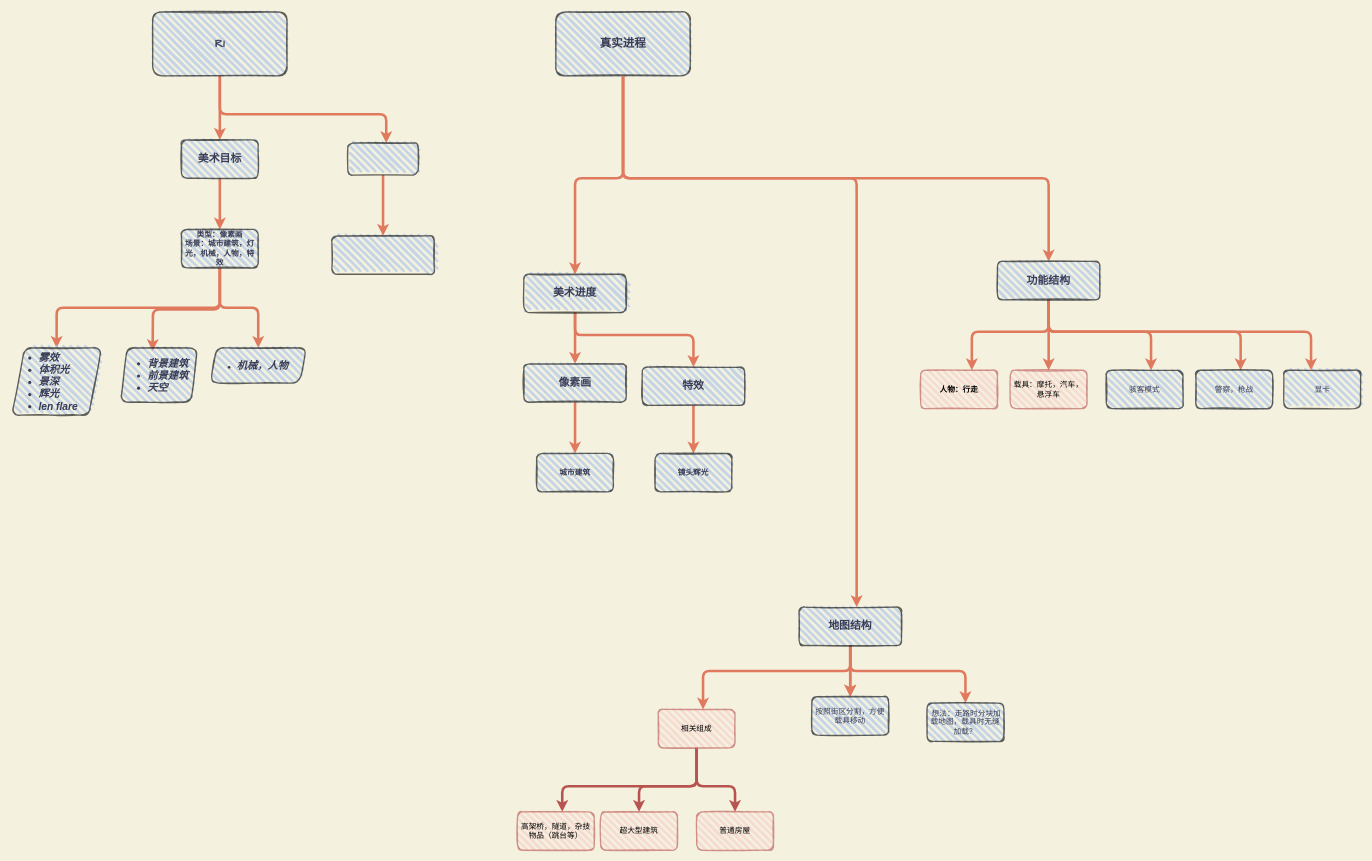
Before: PixelProj.drawio in gatzai/DrawioStorage, a draw.io diagram. Source tidied: cells renumbered, new cells numbered last; positions are measured from the earlier drawing's top-left corner, leaving out a move shared by most shapes. Both pictures are drawn from the tidied source at 64%, with x=0, y=0 at pixel (12, 12).
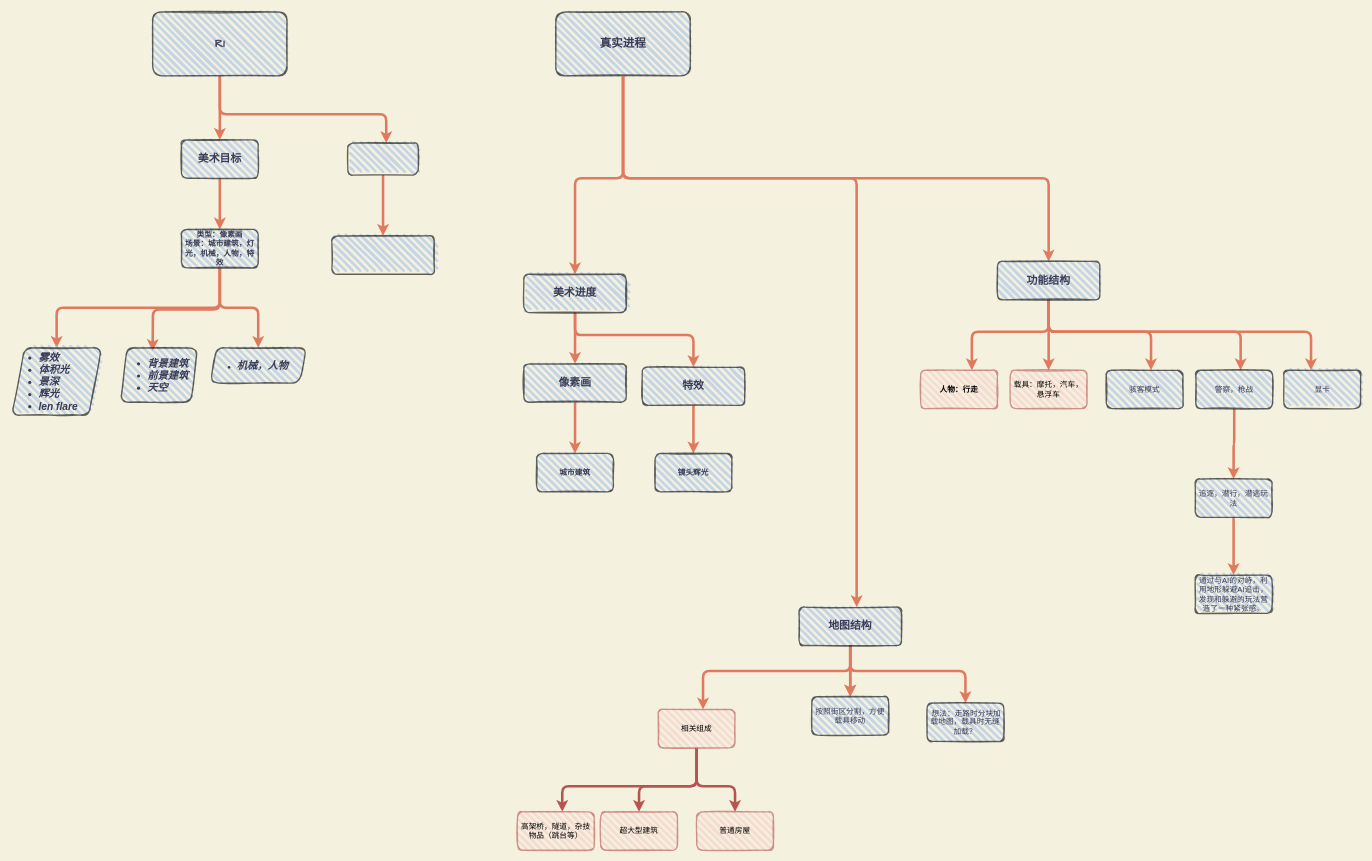
After the change.

Unchanged cells that the change refers to:
```xml
<mxCell id="39" value="警察，枪战" style="whiteSpace=wrap;html=1;rounded=1;fontColor=#393C56;strokeWidth=2;fillColor=#A9C4EB;opacity=60;sketch=1;fillWeight=4;hachureGap=8;hachureAngle=45;" parent="1" vertex="1">
  <mxGeometry x="1850" y="560" width="120" height="60" as="geometry" />
</mxCell>
```

What changed in the source:
```diff
@@
+    <mxCell id="55" style="edgeStyle=orthogonalEdgeStyle;rounded=1;jettySize=auto;html=1;strokeWidth=4;strokeColor=#E07A5F;" parent="1" edge="1" source="39" target="57">
+      <mxGeometry relative="1" as="geometry" />
+    </mxCell>
@@
+    <mxCell id="56" style="edgeStyle=orthogonalEdgeStyle;rounded=1;jettySize=auto;html=1;strokeColor=#E07A5F;strokeWidth=4;" parent="1" edge="1" source="57" target="58">
+      <mxGeometry relative="1" as="geometry" />
+    </mxCell>
+    <mxCell id="57" value="追逐，潜行，潜逃玩法" style="whiteSpace=wrap;html=1;rounded=1;fontColor=#393C56;strokeWidth=2;fillColor=#A9C4EB;opacity=60;sketch=1;fillWeight=4;hachureGap=8;hachureAngle=45;" parent="1" vertex="1">
+      <mxGeometry x="1849" y="730" width="120" height="60" as="geometry" />
+    </mxCell>
+    <mxCell id="58" value="通过与AI的对峙，利用地形躲避AI追击，发现和躲避的玩法营造了一种紧张感。" style="whiteSpace=wrap;html=1;rounded=1;fontColor=#393C56;strokeWidth=2;fillColor=#A9C4EB;opacity=60;sketch=1;fillWeight=4;hachureGap=8;hachureAngle=45;" parent="1" vertex="1">
+      <mxGeometry x="1849" y="880" width="120" height="60" as="geometry" />
+    </mxCell>
```
